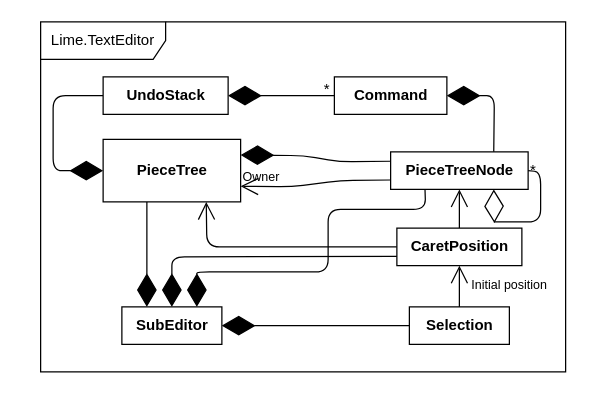
The draw.io diagram diagrams/SubEditorScheme.drawio in kutselabskii/diploma, before the edit. Source tidied: cells renumbered, new cells numbered last; positions are measured from the earlier drawing's top-left corner, leaving out a move shared by most shapes. Both pictures are drawn from the tidied source at 125%, with x=0, y=0 at pixel (40, 21).
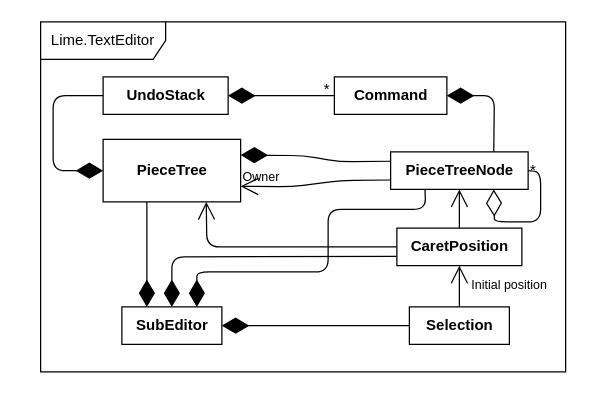
Above is the later version.

The change refers to these unchanged cells:
```xml
<mxCell id="10" value="&lt;b&gt;UndoStack&lt;/b&gt;" style="html=1;" parent="1" vertex="1">
  <mxGeometry x="50" y="44" width="100" height="30" as="geometry" />
</mxCell>
<mxCell id="11" value="&lt;b&gt;Command&lt;/b&gt;" style="html=1;" parent="1" vertex="1">
  <mxGeometry x="235" y="44" width="90" height="30" as="geometry" />
</mxCell>
<mxCell id="12" value="&lt;b&gt;PieceTreeNode&lt;/b&gt;" style="html=1;" parent="1" vertex="1">
  <mxGeometry x="280" y="104" width="110" height="30" as="geometry" />
</mxCell>
<mxCell id="14" value="&lt;b&gt;PieceTree&lt;/b&gt;" style="html=1;" parent="1" vertex="1">
  <mxGeometry x="50" y="94" width="110" height="50" as="geometry" />
</mxCell>
<mxCell id="17" value="&lt;b&gt;Selection&lt;/b&gt;" style="html=1;" parent="1" vertex="1">
  <mxGeometry x="295" y="228" width="80" height="30" as="geometry" />
</mxCell>
<mxCell id="19" value="&lt;b&gt;CaretPosition&lt;/b&gt;" style="html=1;" parent="1" vertex="1">
  <mxGeometry x="285" y="165" width="100" height="30" as="geometry" />
</mxCell>
<mxCell id="20" value="&lt;b&gt;SubEditor&lt;/b&gt;" style="html=1;" parent="1" vertex="1">
  <mxGeometry x="65" y="228" width="80" height="30" as="geometry" />
</mxCell>
```

The edit, as a diff of the source:
```diff
@@
-    <mxCell id="3" style="endArrow=diamondThin;endFill=1;endSize=24;html=1;entryX=1;entryY=0.5;entryDx=0;entryDy=0;exitX=0;exitY=0.5;exitDx=0;exitDy=0;" parent="1" edge="1" source="11" target="10">
+    <mxCell id="3" style="endArrow=diamondThin;endFill=1;endSize=19;html=1;entryX=1;entryY=0.5;entryDx=0;entryDy=0;exitX=0;exitY=0.5;exitDx=0;exitDy=0;" parent="1" edge="1" source="11" target="10">
       <mxGeometry relative="1" as="geometry" />
     </mxCell>
-    <mxCell id="4" style="endArrow=diamondThin;endFill=1;endSize=24;html=1;entryX=1;entryY=0.5;entryDx=0;entryDy=0;exitX=0.75;exitY=0;exitDx=0;exitDy=0;" parent="1" edge="1" source="12" target="11">
+    <mxCell id="4" style="endArrow=diamondThin;endFill=1;endSize=19;html=1;entryX=1;entryY=0.5;entryDx=0;entryDy=0;exitX=0.75;exitY=0;exitDx=0;exitDy=0;" parent="1" edge="1" source="12" target="11">
       <mxGeometry relative="1" as="geometry">
         <Array as="points">
           <mxPoint x="363" y="59" />
         </Array>
       </mxGeometry>
     </mxCell>
-    <mxCell id="5" style="endArrow=diamondThin;endFill=1;endSize=24;html=1;entryX=1;entryY=0.25;entryDx=0;entryDy=0;exitX=0;exitY=0.25;exitDx=0;exitDy=0;" parent="1" edge="1" source="12" target="14">
+    <mxCell id="5" style="endArrow=diamondThin;endFill=1;endSize=19;html=1;entryX=1;entryY=0.25;entryDx=0;entryDy=0;exitX=0;exitY=0.25;exitDx=0;exitDy=0;" parent="1" edge="1" source="12" target="14">
       <mxGeometry relative="1" as="geometry">
         <Array as="points">
           <mxPoint x="240" y="112" />
           <mxPoint x="210" y="107" />
         </Array>
       </mxGeometry>
     </mxCell>
-    <mxCell id="6" style="endArrow=diamondThin;endFill=1;endSize=24;html=1;entryX=0;entryY=0.5;entryDx=0;entryDy=0;exitX=0;exitY=0.5;exitDx=0;exitDy=0;" parent="1" edge="1" source="10" target="14">
+    <mxCell id="6" style="endArrow=diamondThin;endFill=1;endSize=19;html=1;entryX=0;entryY=0.5;entryDx=0;entryDy=0;exitX=0;exitY=0.5;exitDx=0;exitDy=0;" parent="1" edge="1" source="10" target="14">
       <mxGeometry relative="1" as="geometry">
         <Array as="points">
           <mxPoint x="10" y="59" />
           <mxPoint x="10" y="119" />
         </Array>
       </mxGeometry>
     </mxCell>
@@
-    <mxCell id="21" style="endArrow=diamondThin;endFill=1;endSize=24;html=1;entryX=1;entryY=0.5;entryDx=0;entryDy=0;exitX=0;exitY=0.5;exitDx=0;exitDy=0;" parent="1" edge="1" source="17" target="20">
+    <mxCell id="21" style="endArrow=diamondThin;endFill=1;endSize=19;html=1;entryX=1;entryY=0.5;entryDx=0;entryDy=0;exitX=0;exitY=0.5;exitDx=0;exitDy=0;" parent="1" edge="1" source="17" target="20">
       <mxGeometry relative="1" as="geometry" />
     </mxCell>
-    <mxCell id="22" style="endArrow=diamondThin;endFill=1;endSize=24;html=1;entryX=0.25;entryY=0;entryDx=0;entryDy=0;" parent="1" edge="1" target="20">
+    <mxCell id="22" style="endArrow=diamondThin;endFill=1;endSize=19;html=1;entryX=0.25;entryY=0;entryDx=0;entryDy=0;" parent="1" edge="1" target="20">
       <mxGeometry relative="1" as="geometry">
         <mxPoint x="85" y="144" as="sourcePoint" />
       </mxGeometry>
     </mxCell>
-    <mxCell id="23" style="endArrow=diamondThin;endFill=1;endSize=24;html=1;entryX=0.5;entryY=0;entryDx=0;entryDy=0;exitX=0;exitY=0.75;exitDx=0;exitDy=0;" parent="1" edge="1" source="19" target="20">
+    <mxCell id="23" style="endArrow=diamondThin;endFill=1;endSize=19;html=1;entryX=0.5;entryY=0;entryDx=0;entryDy=0;exitX=0;exitY=0.75;exitDx=0;exitDy=0;" parent="1" edge="1" source="19" target="20">
       <mxGeometry relative="1" as="geometry">
         <Array as="points">
           <mxPoint x="105" y="188" />
         </Array>
       </mxGeometry>
     </mxCell>
-    <mxCell id="24" style="endArrow=diamondThin;endFill=1;endSize=24;html=1;entryX=0.75;entryY=0;entryDx=0;entryDy=0;exitX=0.25;exitY=1;exitDx=0;exitDy=0;" parent="1" edge="1" source="12" target="20">
+    <mxCell id="24" style="endArrow=diamondThin;endFill=1;endSize=19;html=1;entryX=0.75;entryY=0;entryDx=0;entryDy=0;exitX=0.25;exitY=1;exitDx=0;exitDy=0;" parent="1" edge="1" source="12" target="20">
       <mxGeometry relative="1" as="geometry">
         <Array as="points">
           <mxPoint x="308" y="150" />
           <mxPoint x="230" y="150" />
           <mxPoint x="230" y="200" />
           <mxPoint x="125" y="200" />
         </Array>
       </mxGeometry>
     </mxCell>
-    <mxCell id="25" style="endArrow=diamondThin;endFill=0;endSize=24;html=1;entryX=0.75;entryY=1;entryDx=0;entryDy=0;exitX=1;exitY=0.5;exitDx=0;exitDy=0;" parent="1" edge="1" source="12" target="12">
+    <mxCell id="25" style="endArrow=diamondThin;endFill=0;endSize=19;html=1;entryX=0.75;entryY=1;entryDx=0;entryDy=0;exitX=1;exitY=0.5;exitDx=0;exitDy=0;" parent="1" edge="1" source="12" target="12">
       <mxGeometry relative="1" as="geometry">
         <Array as="points">
           <mxPoint x="400" y="120" />
           <mxPoint x="400" y="160" />
           <mxPoint x="363" y="160" />
         </Array>
       </mxGeometry>
     </mxCell>
```
